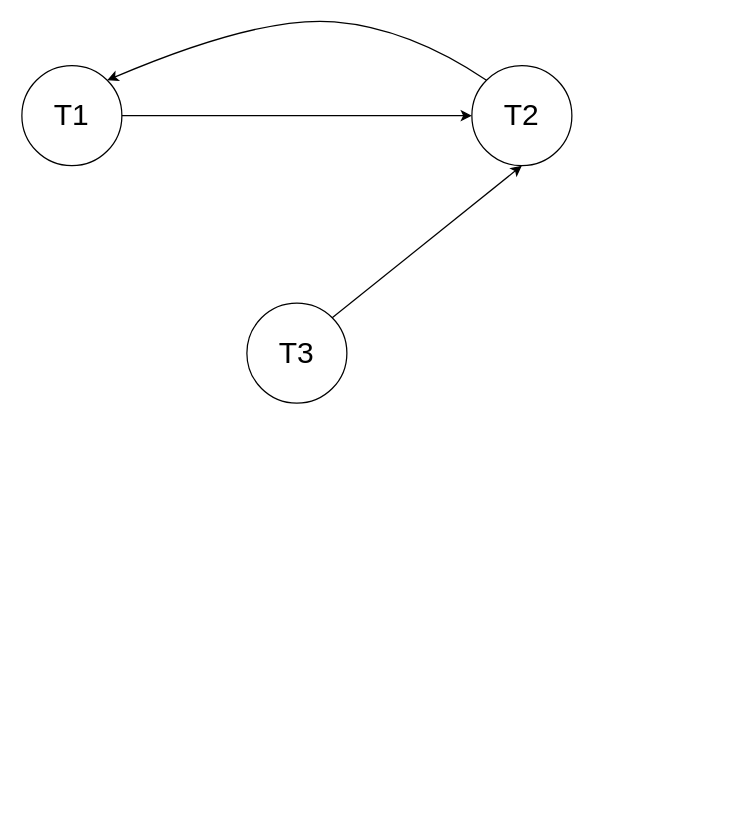
The draw.io diagram Untitled Diagram.drawio in yjshiki/drawio, before the edit. Source tidied: cells renumbered, new cells numbered last; positions are measured from the earlier drawing's top-left corner, leaving out a move shared by most shapes. Both pictures are drawn from the tidied source at 125%, with x=0, y=0 at pixel (21, 15).
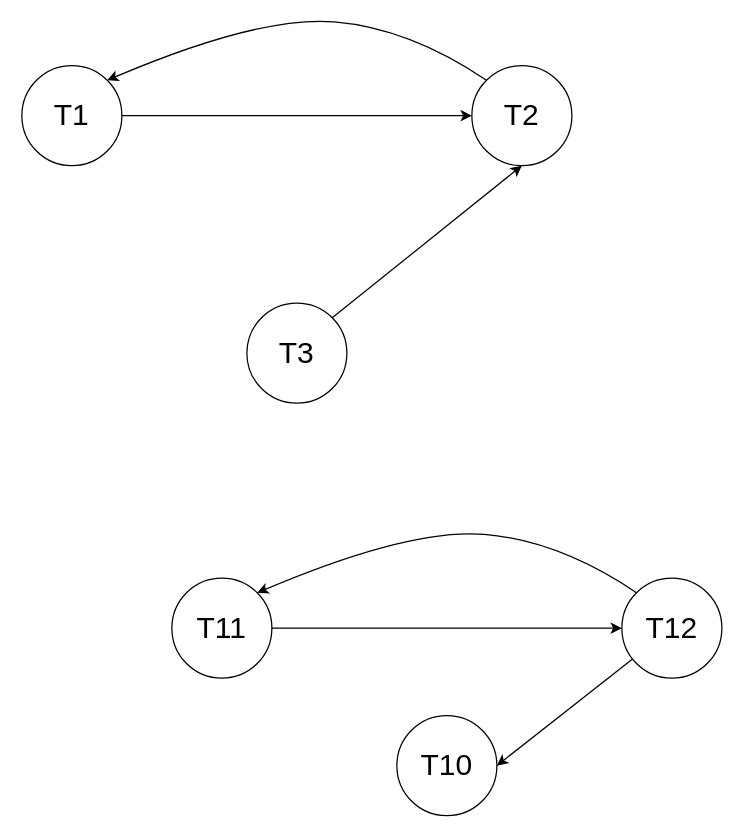
After the change.

Diff of the diagram source:
```diff
@@
+    <mxCell id="8" value="&lt;font style=&quot;font-size: 24px&quot;&gt;T11&lt;/font&gt;" style="ellipse;whiteSpace=wrap;html=1;" parent="1" vertex="1">
+      <mxGeometry x="120" y="450" width="80" height="80" as="geometry" />
+    </mxCell>
+    <mxCell id="9" value="&lt;font style=&quot;font-size: 24px&quot;&gt;T10&lt;/font&gt;" style="ellipse;whiteSpace=wrap;html=1;" parent="1" vertex="1">
+      <mxGeometry x="300" y="560" width="80" height="80" as="geometry" />
+    </mxCell>
+    <mxCell id="10" value="&lt;font style=&quot;font-size: 24px&quot;&gt;T12&lt;/font&gt;" style="ellipse;whiteSpace=wrap;html=1;" parent="1" vertex="1">
+      <mxGeometry x="480" y="450" width="80" height="80" as="geometry" />
+    </mxCell>
+    <mxCell id="11" style="curved=1;endArrow=classic;html=1;entryX=0;entryY=0.5;entryDx=0;entryDy=0;exitX=1;exitY=0.5;exitDx=0;exitDy=0;" parent="1" edge="1" source="8" target="10">
+      <mxGeometry relative="1" as="geometry">
+        <Array as="points">
+          <mxPoint x="390" y="490" />
+          <mxPoint x="290" y="490" />
+        </Array>
+      </mxGeometry>
+    </mxCell>
+    <mxCell id="12" style="curved=1;endArrow=classic;html=1;entryX=1;entryY=0;entryDx=0;entryDy=0;exitX=0;exitY=0;exitDx=0;exitDy=0;" parent="1" edge="1" source="10" target="8">
+      <mxGeometry relative="1" as="geometry">
+        <Array as="points">
+          <mxPoint x="430" y="420" />
+          <mxPoint x="310" y="410" />
+        </Array>
+      </mxGeometry>
+    </mxCell>
+    <mxCell id="13" style="endArrow=classic;html=1;entryX=1;entryY=0.5;entryDx=0;entryDy=0;" parent="1" edge="1" source="10" target="9">
+      <mxGeometry relative="1" as="geometry" />
+    </mxCell>
```
